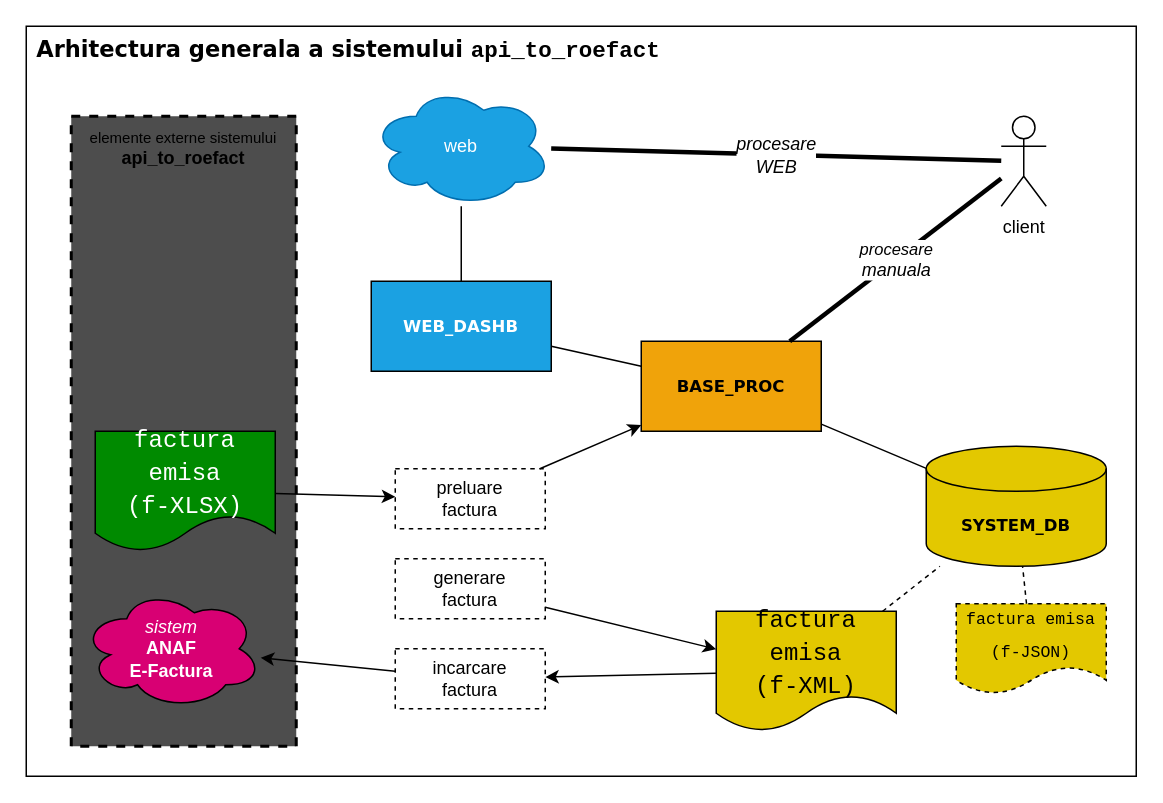
Earlier version of the draw.io diagram docs/pictures/wip___payments_validation_board_architecture.drawio (petre-renware/api_to_roefact). Source tidied: cells renumbered, new cells numbered last; positions are measured from the earlier drawing's top-left corner, leaving out a move shared by most shapes. Both pictures are drawn from the tidied source at 150%, with x=0, y=0 at pixel (26, 26).
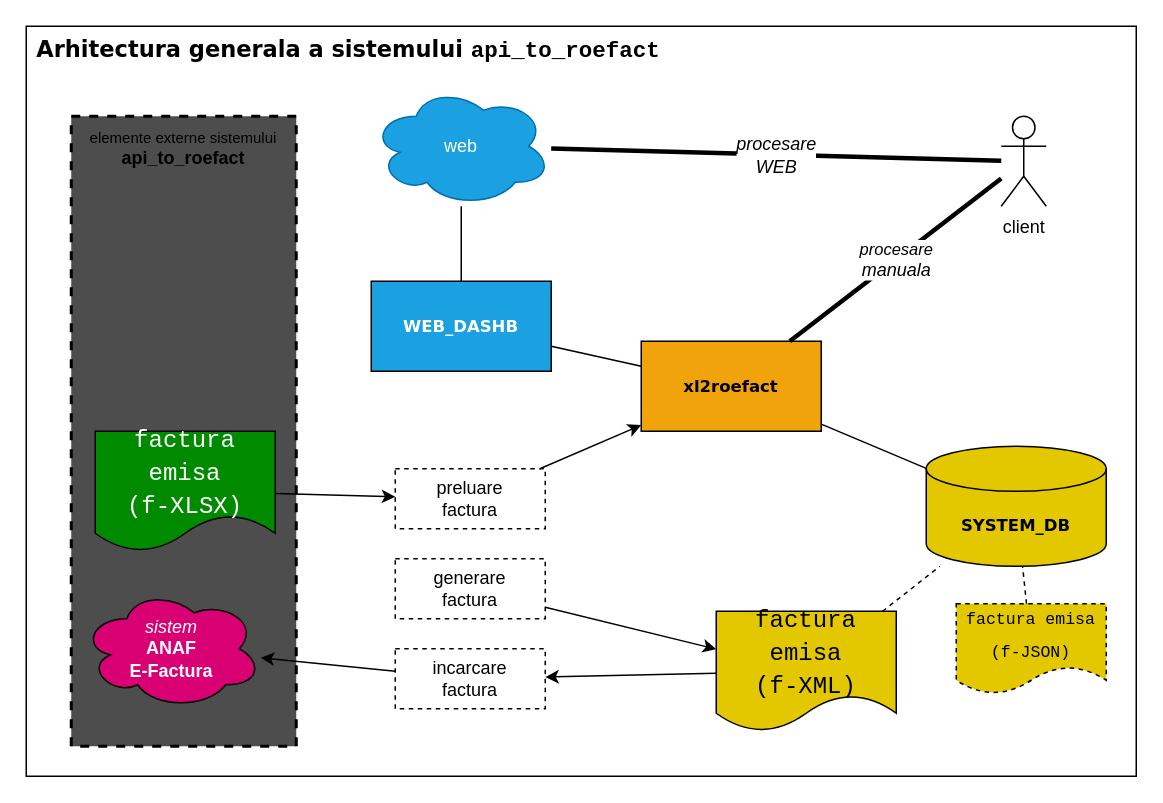
The same page after the edit.

What changed in the source:
```diff
@@
-    <mxCell id="5" value="&lt;div style=&quot;font-size: 11px; line-height: 22px;&quot;&gt;&lt;div style=&quot;line-height: 22px; font-size: 11px;&quot;&gt;BASE_PROC&lt;/div&gt;&lt;/div&gt;" style="rounded=0;whiteSpace=wrap;html=1;fontFamily=Verdana;fontSize=11;fontStyle=1;fillColor=#f0a30a;fontColor=#000000;strokeColor=#000000;labelBackgroundColor=none;" parent="1" vertex="1">
+    <mxCell id="5" value="&lt;div style=&quot;font-size: 11px; line-height: 22px;&quot;&gt;&lt;div style=&quot;line-height: 22px; font-size: 11px;&quot;&gt;xl2roefact&lt;/div&gt;&lt;/div&gt;" style="rounded=0;whiteSpace=wrap;html=1;fontFamily=Verdana;fontSize=11;fontStyle=1;fillColor=#f0a30a;fontColor=#000000;strokeColor=#000000;labelBackgroundColor=none;" parent="1" vertex="1">
       <mxGeometry x="410" y="210" width="120" height="60" as="geometry" />
     </mxCell>
```
